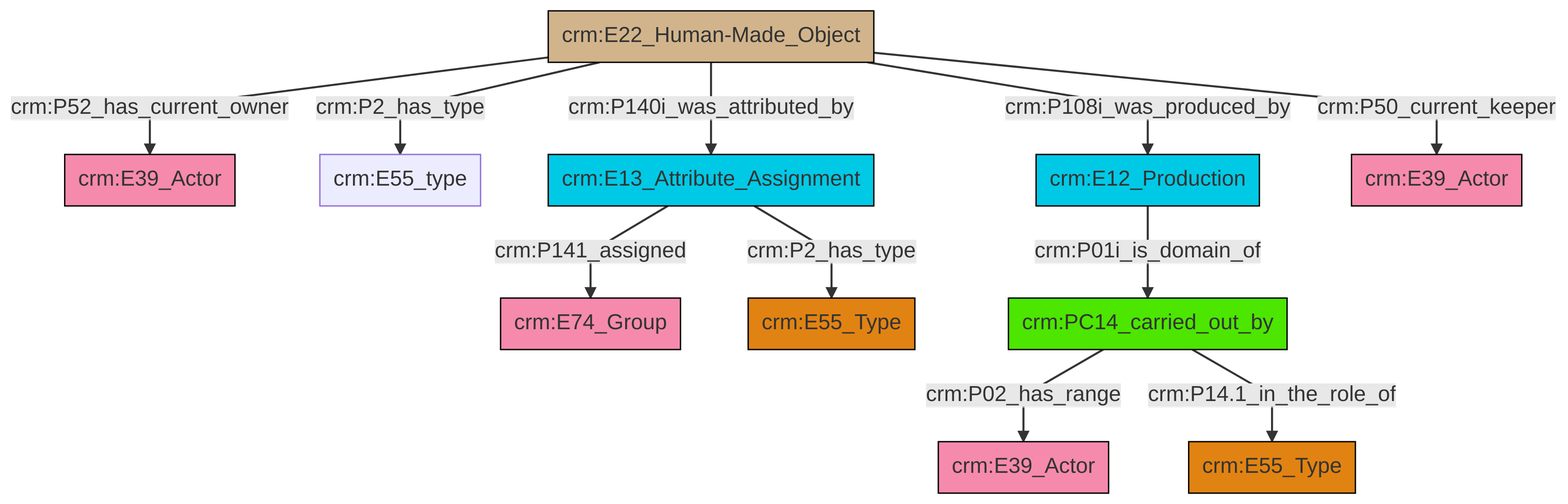
Before: et/artworkCSV/ttl/mmd/png/Artwork_Actor_Relations.png, a diagram exported from Mermaid (swiss-art-research-net/docs.swissartresearch). Its source is kept beside it as et/artworkCSV/ttl/mmd/Artwork_Actor_Relations.ttl.mmd.
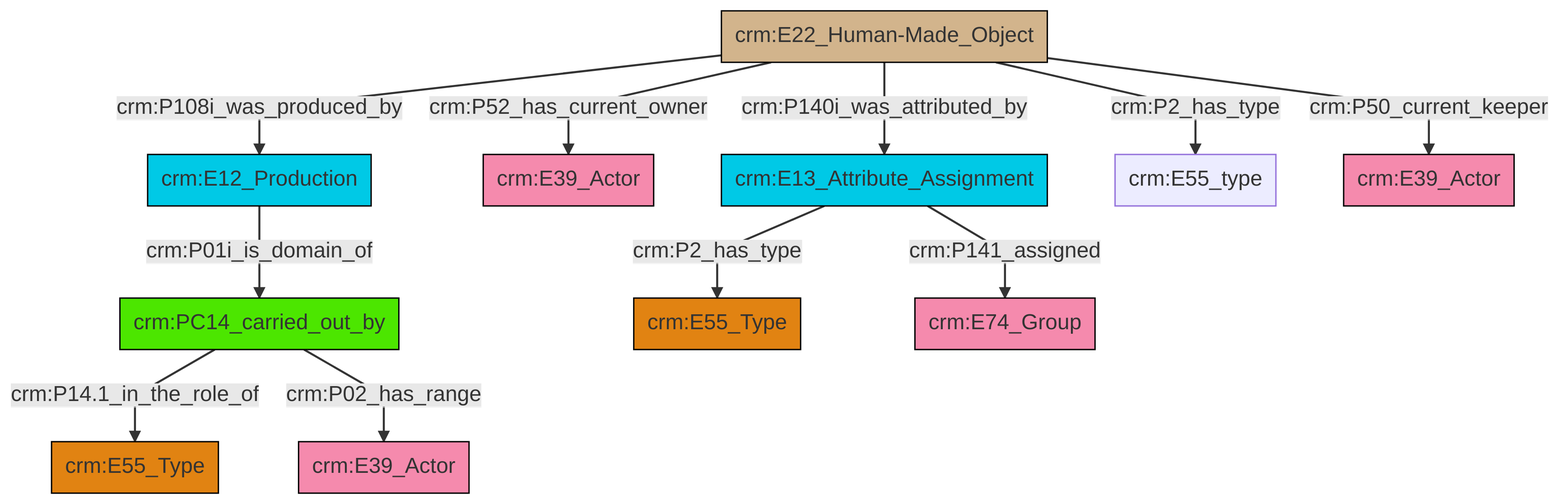
Above is the later version.

What changed in the source:
```diff
@@ -13,13 +13,13 @@
 classDef PC_Classes fill:#4ce600, stroke:#000000;
 classDef Multi fill:#cccccc,stroke:#000000;
 
-0["crm:E22_Human-Made_Object"]:::Physical_Thing -->|crm:P52_has_current_owner| 1["crm:E39_Actor"]:::Actor
-4["crm:E13_Attribute_Assignment"]:::Temporal_Entity -->|crm:P141_assigned| 5["crm:E74_Group"]:::Actor
-4["crm:E13_Attribute_Assignment"]:::Temporal_Entity -->|crm:P2_has_type| 8["crm:E55_Type"]:::Type
-9["crm:PC14_carried_out_by"]:::PC_Classes -->|crm:P02_has_range| 11["crm:E39_Actor"]:::Actor
-9["crm:PC14_carried_out_by"]:::PC_Classes -->|crm:P14.1_in_the_role_of| 6["crm:E55_Type"]:::Type
-0["crm:E22_Human-Made_Object"]:::Physical_Thing -->|crm:P140i_was_attributed_by| 4["crm:E13_Attribute_Assignment"]:::Temporal_Entity
-0["crm:E22_Human-Made_Object"]:::Physical_Thing -->|crm:P2_has_type| 2["crm:E55_type"]:::Default
-0["crm:E22_Human-Made_Object"]:::Physical_Thing -->|crm:P50_current_keeper| 16["crm:E39_Actor"]:::Actor
-12["crm:E12_Production"]:::Temporal_Entity -->|crm:P01i_is_domain_of| 9["crm:PC14_carried_out_by"]:::PC_Classes
-0["crm:E22_Human-Made_Object"]:::Physical_Thing -->|crm:P108i_was_produced_by| 12["crm:E12_Production"]:::Temporal_Entity
+8["crm:E22_Human-Made_Object"]:::Physical_Thing -->|crm:P52_has_current_owner| 9["crm:E39_Actor"]:::Actor
+10["crm:E13_Attribute_Assignment"]:::Temporal_Entity -->|crm:P2_has_type| 6["crm:E55_Type"]:::Type
+0["crm:E12_Production"]:::Temporal_Entity -->|crm:P01i_is_domain_of| 2["crm:PC14_carried_out_by"]:::PC_Classes
+8["crm:E22_Human-Made_Object"]:::Physical_Thing -->|crm:P2_has_type| 11["crm:E55_type"]:::Default
+8["crm:E22_Human-Made_Object"]:::Physical_Thing -->|crm:P50_current_keeper| 14["crm:E39_Actor"]:::Actor
+2["crm:PC14_carried_out_by"]:::PC_Classes -->|crm:P14.1_in_the_role_of| 4["crm:E55_Type"]:::Type
+8["crm:E22_Human-Made_Object"]:::Physical_Thing -->|crm:P108i_was_produced_by| 0["crm:E12_Production"]:::Temporal_Entity
+2["crm:PC14_carried_out_by"]:::PC_Classes -->|crm:P02_has_range| 18["crm:E39_Actor"]:::Actor
+8["crm:E22_Human-Made_Object"]:::Physical_Thing -->|crm:P140i_was_attributed_by| 10["crm:E13_Attribute_Assignment"]:::Temporal_Entity
+10["crm:E13_Attribute_Assignment"]:::Temporal_Entity -->|crm:P141_assigned| 16["crm:E74_Group"]:::Actor
```
